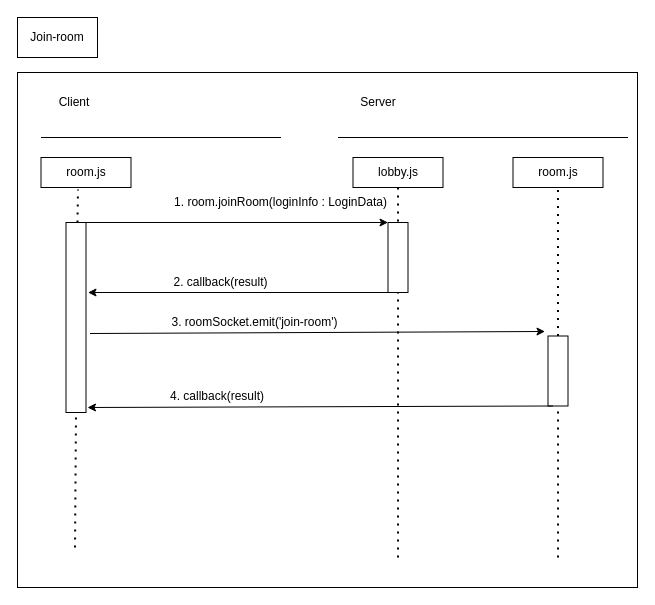
Above: classroom-ultra-sequencial diagram-create room.drawio in doremi31618/Assets (draw.io), before the change. Source tidied: cells renumbered, new cells numbered last; positions are measured from the earlier drawing's top-left corner, leaving out a move shared by most shapes. Both pictures are drawn from the tidied source at 100%, with x=0, y=0 at pixel (-19, 17).
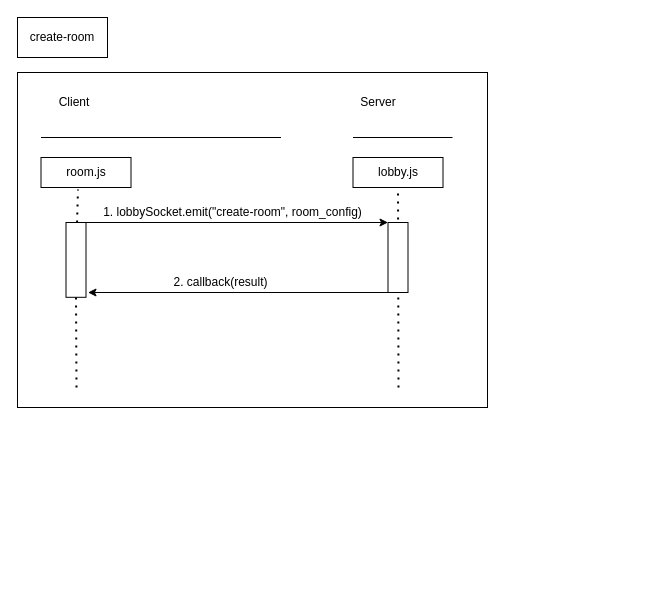
The same diagram, later.

The change refers to these unchanged cells:
```xml
<mxCell id="5" value="lobby.js" style="rounded=0;whiteSpace=wrap;html=1;" parent="1" vertex="1">
  <mxGeometry x="371.5" y="140" width="90" height="30" as="geometry" />
</mxCell>
```

The edit, as a diff of the source:
```diff
@@
     <mxCell id="2" style="rounded=0;whiteSpace=wrap;html=1;" parent="1" vertex="1">
-      <mxGeometry x="36" y="55" width="620" height="515" as="geometry" />
+      <mxGeometry x="36" y="55" width="470" height="335" as="geometry" />
     </mxCell>
     <mxCell id="3" style="rounded=0;whiteSpace=wrap;html=1;" parent="1" vertex="1">
-      <mxGeometry x="36" width="80" height="40" as="geometry" />
+      <mxGeometry x="36" width="90" height="40" as="geometry" />
     </mxCell>
@@
-    <mxCell id="6" value="room.js" style="rounded=0;whiteSpace=wrap;html=1;" parent="1" vertex="1">
-      <mxGeometry x="531.5" y="140" width="90" height="30" as="geometry" />
-    </mxCell>
@@
     <mxCell id="8" style="endArrow=none;dashed=1;html=1;dashPattern=1 3;strokeWidth=2;rounded=0;entryX=0.5;entryY=1;entryDx=0;entryDy=0;" parent="1" edge="1" target="5">
       <mxGeometry relative="1" as="geometry">
-        <mxPoint x="416.5" y="540" as="sourcePoint" />
+        <mxPoint x="417" y="370" as="sourcePoint" />
       </mxGeometry>
     </mxCell>
-    <mxCell id="9" style="endArrow=none;dashed=1;html=1;dashPattern=1 3;strokeWidth=2;rounded=0;entryX=0.5;entryY=1;entryDx=0;entryDy=0;startArrow=none;" parent="1" edge="1" source="21" target="6">
-      <mxGeometry relative="1" as="geometry" />
-    </mxCell>
@@
     <mxCell id="11" style="endArrow=none;html=1;rounded=0;" parent="1" edge="1">
       <mxGeometry relative="1" as="geometry">
-        <mxPoint x="356.5" y="120" as="sourcePoint" />
-        <mxPoint x="646.5" y="120" as="targetPoint" />
+        <mxPoint x="371.5" y="120" as="sourcePoint" />
+        <mxPoint x="471" y="120" as="targetPoint" />
       </mxGeometry>
     </mxCell>
@@
     <mxCell id="14" style="rounded=0;whiteSpace=wrap;html=1;rotation=90;" parent="1" vertex="1">
-      <mxGeometry x="-0.5" y="290" width="190" height="20" as="geometry" />
+      <mxGeometry x="57.1" y="232.4" width="74.8" height="20" as="geometry" />
     </mxCell>
     <mxCell id="15" style="endArrow=none;dashed=1;html=1;dashPattern=1 3;strokeWidth=2;rounded=0;entryX=1;entryY=0.5;entryDx=0;entryDy=0;" parent="1" edge="1" target="14">
       <mxGeometry relative="1" as="geometry">
-        <mxPoint x="93.5" y="530" as="sourcePoint" />
+        <mxPoint x="95" y="370" as="sourcePoint" />
       </mxGeometry>
     </mxCell>
@@
-    <mxCell id="18" value="1. room.joinRoom(loginInfo : LoginData)" style="text;strokeColor=none;align=center;fillColor=none;html=1;verticalAlign=middle;whiteSpace=wrap;rounded=0;" parent="1" vertex="1">
-      <mxGeometry x="176" y="170" width="247" height="30" as="geometry" />
+    <mxCell id="18" value="1. lobbySocket.emit(&quot;create-room&quot;, room_config)" style="text;strokeColor=none;align=center;fillColor=none;html=1;verticalAlign=middle;whiteSpace=wrap;rounded=0;" parent="1" vertex="1">
+      <mxGeometry x="116" y="180" width="270.5" height="30" as="geometry" />
     </mxCell>
@@
-    <mxCell id="21" style="rounded=0;whiteSpace=wrap;html=1;rotation=90;" parent="1" vertex="1">
-      <mxGeometry x="541.5" y="343.5" width="70" height="20" as="geometry" />
-    </mxCell>
-    <mxCell id="22" style="endArrow=none;dashed=1;html=1;dashPattern=1 3;strokeWidth=2;rounded=0;entryX=1;entryY=0.5;entryDx=0;entryDy=0;" parent="1" edge="1" target="21">
-      <mxGeometry relative="1" as="geometry">
-        <mxPoint x="576.5" y="540" as="sourcePoint" />
-      </mxGeometry>
-    </mxCell>
-    <mxCell id="23" style="endArrow=classic;html=1;rounded=0;exitX=0.362;exitY=-0.2;exitDx=0;exitDy=0;exitPerimeter=0;entryX=0.157;entryY=1.15;entryDx=0;entryDy=0;entryPerimeter=0;" parent="1" edge="1">
-      <mxGeometry relative="1" as="geometry">
-        <mxPoint x="108.5" y="316" as="sourcePoint" />
-        <mxPoint x="563.5" y="314" as="targetPoint" />
-      </mxGeometry>
-    </mxCell>
-    <mxCell id="24" value="3. roomSocket.emit('join-room')" style="text;strokeColor=none;align=center;fillColor=none;html=1;verticalAlign=middle;whiteSpace=wrap;rounded=0;" parent="1" vertex="1">
-      <mxGeometry x="149.5" y="290" width="247" height="30" as="geometry" />
-    </mxCell>
-    <mxCell id="25" style="endArrow=classic;html=1;rounded=0;exitX=1;exitY=0.75;exitDx=0;exitDy=0;" parent="1" edge="1" source="21">
-      <mxGeometry relative="1" as="geometry">
-        <mxPoint x="106" y="390" as="targetPoint" />
-      </mxGeometry>
-    </mxCell>
-    <mxCell id="26" value="4. callback(result)" style="text;strokeColor=none;align=center;fillColor=none;html=1;verticalAlign=middle;whiteSpace=wrap;rounded=0;" parent="1" vertex="1">
-      <mxGeometry x="146" y="363.5" width="180" height="30" as="geometry" />
-    </mxCell>
-    <mxCell id="27" value="Join-room" style="text;strokeColor=none;align=center;fillColor=none;html=1;verticalAlign=middle;whiteSpace=wrap;rounded=0;" parent="1" vertex="1">
-      <mxGeometry x="46" y="5" width="60" height="30" as="geometry" />
+    <mxCell id="27" value="create-room" style="text;strokeColor=none;align=center;fillColor=none;html=1;verticalAlign=middle;whiteSpace=wrap;rounded=0;" parent="1" vertex="1">
+      <mxGeometry x="46" y="5" width="70" height="30" as="geometry" />
     </mxCell>
```
